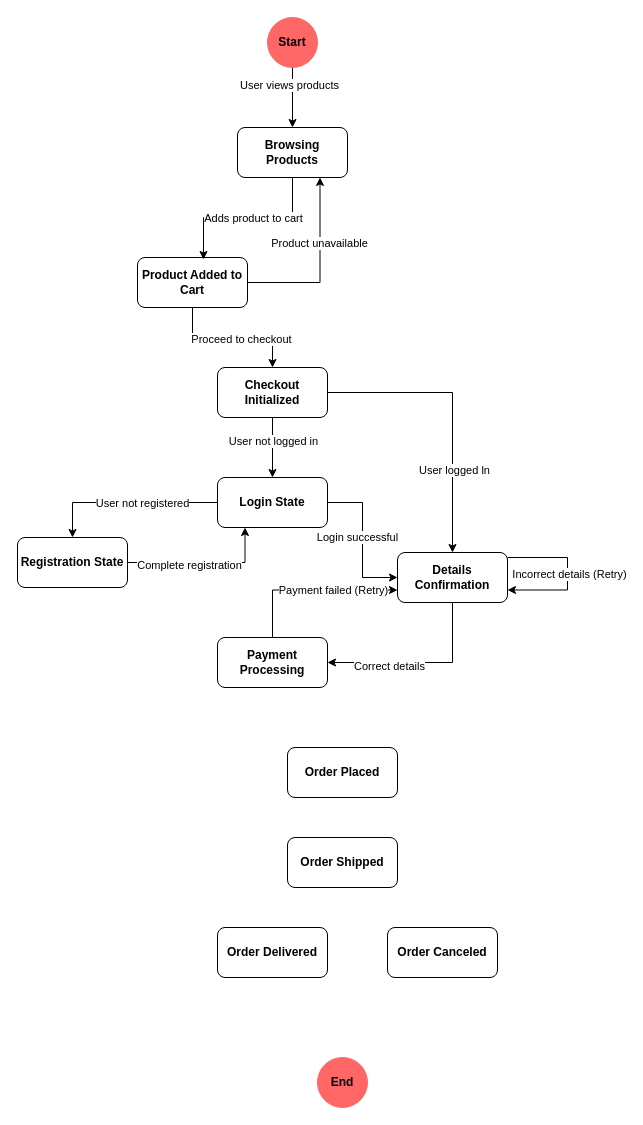
Above: State Diagrams.drawio in MuhammadHaris00/Diagrams (draw.io), before the change. Source tidied: cells renumbered, new cells numbered last; positions are measured from the earlier drawing's top-left corner, leaving out a move shared by most shapes. Both pictures are drawn from the tidied source at 100%, with x=0, y=0 at pixel (17, 17).
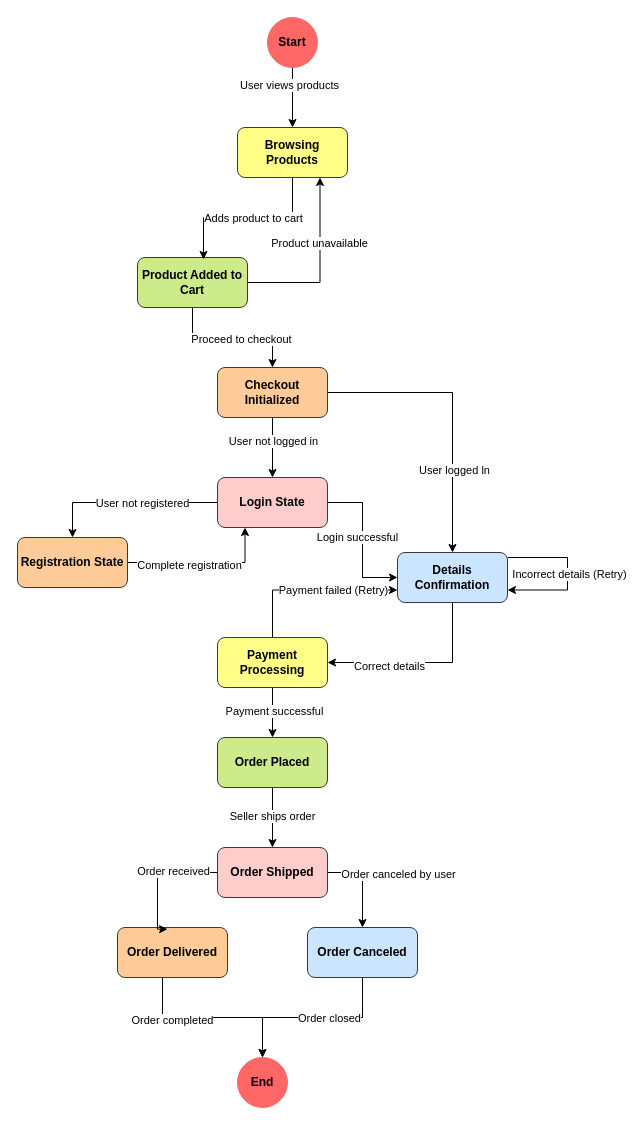
After the change.

The edit, as a diff of the source:
```diff
@@
-    <mxCell id="5" value="Browsing Products" style="rounded=1;whiteSpace=wrap;html=1;fontStyle=1;" parent="1" vertex="1">
+    <mxCell id="5" value="Browsing Products" style="rounded=1;whiteSpace=wrap;html=1;fontStyle=1;fillColor=#ffff88;strokeColor=#36393d;" parent="1" vertex="1">
       <mxGeometry x="220" y="110" width="110" height="50" as="geometry" />
     </mxCell>
@@
-    <mxCell id="10" value="Product Added to Cart" style="rounded=1;whiteSpace=wrap;html=1;fontStyle=1;" parent="1" vertex="1">
+    <mxCell id="10" value="Product Added to Cart" style="rounded=1;whiteSpace=wrap;html=1;fontStyle=1;fillColor=#cdeb8b;strokeColor=#36393d;" parent="1" vertex="1">
       <mxGeometry x="120" y="240" width="110" height="50" as="geometry" />
     </mxCell>
@@
-    <mxCell id="15" value="Checkout Initialized" style="rounded=1;whiteSpace=wrap;html=1;fontStyle=1;" parent="1" vertex="1">
+    <mxCell id="15" value="Checkout Initialized" style="rounded=1;whiteSpace=wrap;html=1;fontStyle=1;fillColor=#ffcc99;strokeColor=#36393d;" parent="1" vertex="1">
       <mxGeometry x="200" y="350" width="110" height="50" as="geometry" />
     </mxCell>
@@
-    <mxCell id="20" value="Login State" style="rounded=1;whiteSpace=wrap;html=1;fontStyle=1;" parent="1" vertex="1">
+    <mxCell id="20" value="Login State" style="rounded=1;whiteSpace=wrap;html=1;fontStyle=1;fillColor=#ffcccc;strokeColor=#36393d;" parent="1" vertex="1">
       <mxGeometry x="200" y="460" width="110" height="50" as="geometry" />
     </mxCell>
@@
-    <mxCell id="23" value="Registration State" style="rounded=1;whiteSpace=wrap;html=1;fontStyle=1;" parent="1" vertex="1">
+    <mxCell id="23" value="Registration State" style="rounded=1;whiteSpace=wrap;html=1;fontStyle=1;fillColor=#ffcc99;strokeColor=#36393d;" parent="1" vertex="1">
       <mxGeometry y="520" width="110" height="50" as="geometry" />
     </mxCell>
@@
-    <mxCell id="28" value="Details Confirmation" style="rounded=1;whiteSpace=wrap;html=1;fontStyle=1;" parent="1" vertex="1">
+    <mxCell id="28" value="Details Confirmation" style="rounded=1;whiteSpace=wrap;html=1;fontStyle=1;fillColor=#cce5ff;strokeColor=#36393d;" parent="1" vertex="1">
       <mxGeometry x="380" y="535" width="110" height="50" as="geometry" />
     </mxCell>
@@
+    <mxCell id="39" style="edgeStyle=orthogonalEdgeStyle;rounded=0;jettySize=auto;html=1;" parent="1" edge="1" source="31" target="32">
+      <mxGeometry relative="1" as="geometry" />
+    </mxCell>
+    <mxCell id="40" value="Payment successful" style="edgeLabel;html=1;align=center;verticalAlign=middle;" parent="39" vertex="1">
+      <mxGeometry x="-0.1" y="1" relative="1" as="geometry" />
+    </mxCell>
-    <mxCell id="31" value="Payment Processing" style="rounded=1;whiteSpace=wrap;html=1;fontStyle=1;" parent="1" vertex="1">
+    <mxCell id="31" value="Payment Processing" style="rounded=1;whiteSpace=wrap;html=1;fontStyle=1;fillColor=#ffff88;strokeColor=#36393d;" parent="1" vertex="1">
       <mxGeometry x="200" y="620" width="110" height="50" as="geometry" />
     </mxCell>
+    <mxCell id="41" style="edgeStyle=orthogonalEdgeStyle;rounded=0;jettySize=auto;html=1;" parent="1" edge="1" source="32" target="33">
+      <mxGeometry relative="1" as="geometry" />
+    </mxCell>
+    <mxCell id="42" value="Seller ships order" style="edgeLabel;html=1;align=center;verticalAlign=middle;" parent="41" vertex="1">
+      <mxGeometry x="-0.08" y="-1" relative="1" as="geometry" />
+    </mxCell>
-    <mxCell id="32" value="Order Placed" style="rounded=1;whiteSpace=wrap;html=1;fontStyle=1;" parent="1" vertex="1">
-      <mxGeometry x="270" y="730" width="110" height="50" as="geometry" />
+    <mxCell id="32" value="Order Placed" style="rounded=1;whiteSpace=wrap;html=1;fontStyle=1;fillColor=#cdeb8b;strokeColor=#36393d;" parent="1" vertex="1">
+      <mxGeometry x="200" y="720" width="110" height="50" as="geometry" />
     </mxCell>
+    <mxCell id="43" style="edgeStyle=orthogonalEdgeStyle;rounded=0;jettySize=auto;html=1;entryX=0.5;entryY=0;entryDx=0;entryDy=0;" parent="1" edge="1" source="33" target="35">
+      <mxGeometry relative="1" as="geometry">
+        <Array as="points">
+          <mxPoint x="345" y="855" />
+        </Array>
+      </mxGeometry>
+    </mxCell>
+    <mxCell id="44" value="Order canceled by user" style="edgeLabel;html=1;align=center;verticalAlign=middle;" parent="43" vertex="1">
+      <mxGeometry x="0.39" y="1" relative="1" as="geometry">
+        <mxPoint x="34" y="-27" as="offset" />
+      </mxGeometry>
+    </mxCell>
-    <mxCell id="33" value="Order Shipped" style="rounded=1;whiteSpace=wrap;html=1;fontStyle=1;" parent="1" vertex="1">
-      <mxGeometry x="270" y="820" width="110" height="50" as="geometry" />
+    <mxCell id="33" value="Order Shipped" style="rounded=1;whiteSpace=wrap;html=1;fontStyle=1;fillColor=#ffcccc;strokeColor=#36393d;" parent="1" vertex="1">
+      <mxGeometry x="200" y="830" width="110" height="50" as="geometry" />
     </mxCell>
+    <mxCell id="45" style="edgeStyle=orthogonalEdgeStyle;rounded=0;jettySize=auto;html=1;" parent="1" edge="1" source="34" target="36">
+      <mxGeometry relative="1" as="geometry">
+        <Array as="points">
+          <mxPoint x="145" y="1000" />
+          <mxPoint x="245" y="1000" />
+        </Array>
+      </mxGeometry>
+    </mxCell>
+    <mxCell id="46" value="Order completed" style="edgeLabel;html=1;align=center;verticalAlign=middle;" parent="45" vertex="1">
+      <mxGeometry x="-0.46" y="-2" relative="1" as="geometry" />
+    </mxCell>
-    <mxCell id="34" value="Order Delivered" style="rounded=1;whiteSpace=wrap;html=1;fontStyle=1;" parent="1" vertex="1">
-      <mxGeometry x="200" y="910" width="110" height="50" as="geometry" />
+    <mxCell id="34" value="Order Delivered" style="rounded=1;whiteSpace=wrap;html=1;fontStyle=1;fillColor=#ffcc99;strokeColor=#36393d;" parent="1" vertex="1">
+      <mxGeometry x="100" y="910" width="110" height="50" as="geometry" />
     </mxCell>
+    <mxCell id="47" style="edgeStyle=orthogonalEdgeStyle;rounded=0;jettySize=auto;html=1;entryX=0.5;entryY=0;entryDx=0;entryDy=0;" parent="1" edge="1" source="35" target="36">
+      <mxGeometry relative="1" as="geometry">
+        <Array as="points">
+          <mxPoint x="345" y="1000" />
+          <mxPoint x="245" y="1000" />
+        </Array>
+      </mxGeometry>
+    </mxCell>
+    <mxCell id="48" value="Order closed" style="edgeLabel;html=1;align=center;verticalAlign=middle;" parent="47" vertex="1">
+      <mxGeometry x="-0.18" relative="1" as="geometry" />
+    </mxCell>
-    <mxCell id="35" value="Order Canceled" style="rounded=1;whiteSpace=wrap;html=1;fontStyle=1;" parent="1" vertex="1">
-      <mxGeometry x="370" y="910" width="110" height="50" as="geometry" />
+    <mxCell id="35" value="Order Canceled" style="rounded=1;whiteSpace=wrap;html=1;fontStyle=1;fillColor=#cce5ff;strokeColor=#36393d;" parent="1" vertex="1">
+      <mxGeometry x="290" y="910" width="110" height="50" as="geometry" />
     </mxCell>
     <mxCell id="36" value="End" style="ellipse;whiteSpace=wrap;html=1;fillColor=#FF6666;strokeColor=#FF6666;fontStyle=1;" parent="1" vertex="1">
-      <mxGeometry x="300" y="1040" width="50" height="50" as="geometry" />
+      <mxGeometry x="220" y="1040" width="50" height="50" as="geometry" />
     </mxCell>
@@
+    <mxCell id="49" style="edgeStyle=orthogonalEdgeStyle;rounded=0;jettySize=auto;html=1;entryX=0.455;entryY=0.033;entryDx=0;entryDy=0;entryPerimeter=0;" parent="1" edge="1" source="33" target="34">
+      <mxGeometry relative="1" as="geometry">
+        <Array as="points">
+          <mxPoint x="140" y="855" />
+        </Array>
+      </mxGeometry>
+    </mxCell>
+    <mxCell id="50" value="Order received" style="edgeLabel;html=1;align=center;verticalAlign=middle;" parent="49" vertex="1">
+      <mxGeometry x="-0.29" y="-2" relative="1" as="geometry" />
+    </mxCell>
```
